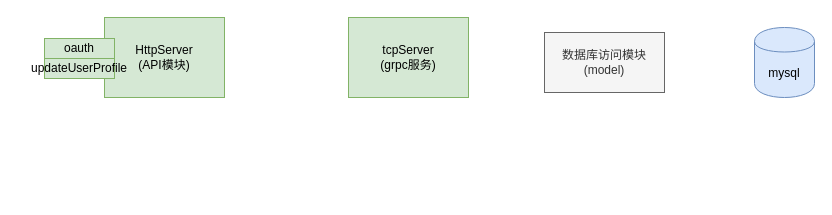
Earlier version of the draw.io diagram arch/arch.drawio (zhangchuhu/drawio). Source tidied: cells renumbered, new cells numbered last; positions are measured from the earlier drawing's top-left corner, leaving out a move shared by most shapes. Both pictures are drawn from the tidied source at 100%, with x=0, y=0 at pixel (44, 17).
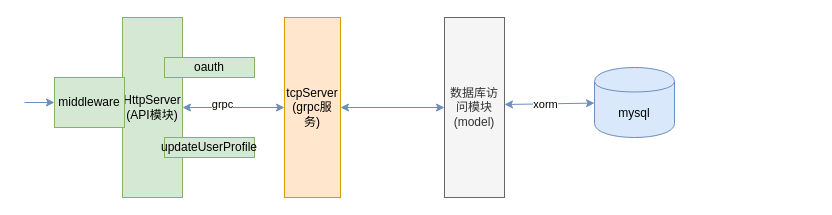
The same diagram, later.

Diff of the diagram source:
```diff
@@
 <mxGraphModel>
   <root>
     <mxCell id="0" />
     <mxCell id="1" parent="0" />
     <mxCell id="2" value="数据库访问模块(model)" style="rounded=0;whiteSpace=wrap;html=1;fillColor=#f5f5f5;strokeColor=#666666;fontColor=#333333;" parent="1" vertex="1">
-      <mxGeometry x="500" y="15" width="120" height="60" as="geometry" />
+      <mxGeometry x="400" width="60" height="180" as="geometry" />
     </mxCell>
     <mxCell id="3" value="mysql" style="shape=cylinder;whiteSpace=wrap;html=1;boundedLbl=1;backgroundOutline=1;fillColor=#dae8fc;strokeColor=#6c8ebf;" parent="1" vertex="1">
-      <mxGeometry x="710" y="10" width="60" height="70" as="geometry" />
+      <mxGeometry x="550" y="50" width="80" height="70" as="geometry" />
     </mxCell>
     <mxCell id="4" value="HttpServer&lt;br&gt;(API模块)" style="rounded=0;whiteSpace=wrap;html=1;fillColor=#d5e8d4;strokeColor=#82b366;" parent="1" vertex="1">
-      <mxGeometry x="60" width="120" height="80" as="geometry" />
+      <mxGeometry x="78" width="60" height="180" as="geometry" />
     </mxCell>
     <mxCell id="5" value="oauth" style="rounded=0;whiteSpace=wrap;html=1;fillColor=#d5e8d4;strokeColor=#82b366;" parent="1" vertex="1">
-      <mxGeometry y="21" width="70" height="20" as="geometry" />
+      <mxGeometry x="120" y="40" width="90" height="20" as="geometry" />
     </mxCell>
     <mxCell id="6" value="updateUserProfile" style="rounded=0;whiteSpace=wrap;html=1;fillColor=#d5e8d4;strokeColor=#82b366;" parent="1" vertex="1">
-      <mxGeometry y="41" width="70" height="20" as="geometry" />
+      <mxGeometry x="120" y="120" width="90" height="20" as="geometry" />
     </mxCell>
-    <mxCell id="7" value="tcpServer&lt;br&gt;(grpc服务)" style="rounded=0;whiteSpace=wrap;html=1;fillColor=#d5e8d4;strokeColor=#82b366;" parent="1" vertex="1">
-      <mxGeometry x="304" width="120" height="80" as="geometry" />
+    <mxCell id="7" value="tcpServer&lt;br&gt;(grpc服务)" style="rounded=0;whiteSpace=wrap;html=1;fillColor=#ffe6cc;strokeColor=#d79b00;" parent="1" vertex="1">
+      <mxGeometry x="240" width="56" height="180" as="geometry" />
     </mxCell>
+    <mxCell id="8" style="endArrow=classic;startArrow=classic;html=1;exitX=1;exitY=0.5;exitDx=0;exitDy=0;entryX=0;entryY=0.5;entryDx=0;entryDy=0;fillColor=#dae8fc;strokeColor=#6c8ebf;" parent="1" edge="1" source="4" target="7">
+      <mxGeometry relative="1" as="geometry" />
+    </mxCell>
+    <mxCell id="9" value="grpc" style="edgeLabel;html=1;align=center;verticalAlign=middle;" parent="8" vertex="1">
+      <mxGeometry x="-0.24" y="4" relative="1" as="geometry" />
+    </mxCell>
+    <mxCell id="10" style="endArrow=classic;startArrow=classic;html=1;exitX=1;exitY=0.5;exitDx=0;exitDy=0;entryX=0;entryY=0.5;entryDx=0;entryDy=0;fillColor=#dae8fc;strokeColor=#6c8ebf;" parent="1" edge="1" source="7" target="2">
+      <mxGeometry relative="1" as="geometry" />
+    </mxCell>
+    <mxCell id="11" style="endArrow=classic;startArrow=classic;html=1;fillColor=#dae8fc;strokeColor=#6c8ebf;" parent="1" edge="1" target="3">
+      <mxGeometry relative="1" as="geometry">
+        <mxPoint x="460" y="87" as="sourcePoint" />
+      </mxGeometry>
+    </mxCell>
+    <mxCell id="12" value="xorm" style="edgeLabel;html=1;align=center;verticalAlign=middle;" parent="11" vertex="1">
+      <mxGeometry x="-0.09" relative="1" as="geometry" />
+    </mxCell>
+    <mxCell id="13" value="middleware" style="rounded=0;whiteSpace=wrap;html=1;fillColor=#d5e8d4;strokeColor=#82b366;" parent="1" vertex="1">
+      <mxGeometry x="10" y="60" width="70" height="50" as="geometry" />
+    </mxCell>
+    <mxCell id="14" style="endArrow=classic;html=1;entryX=0;entryY=0.5;entryDx=0;entryDy=0;fillColor=#dae8fc;strokeColor=#6c8ebf;" parent="1" edge="1" target="13">
+      <mxGeometry relative="1" as="geometry">
+        <mxPoint x="-20" y="85" as="sourcePoint" />
+      </mxGeometry>
+    </mxCell>
   </root>
 </mxGraphModel>
```
